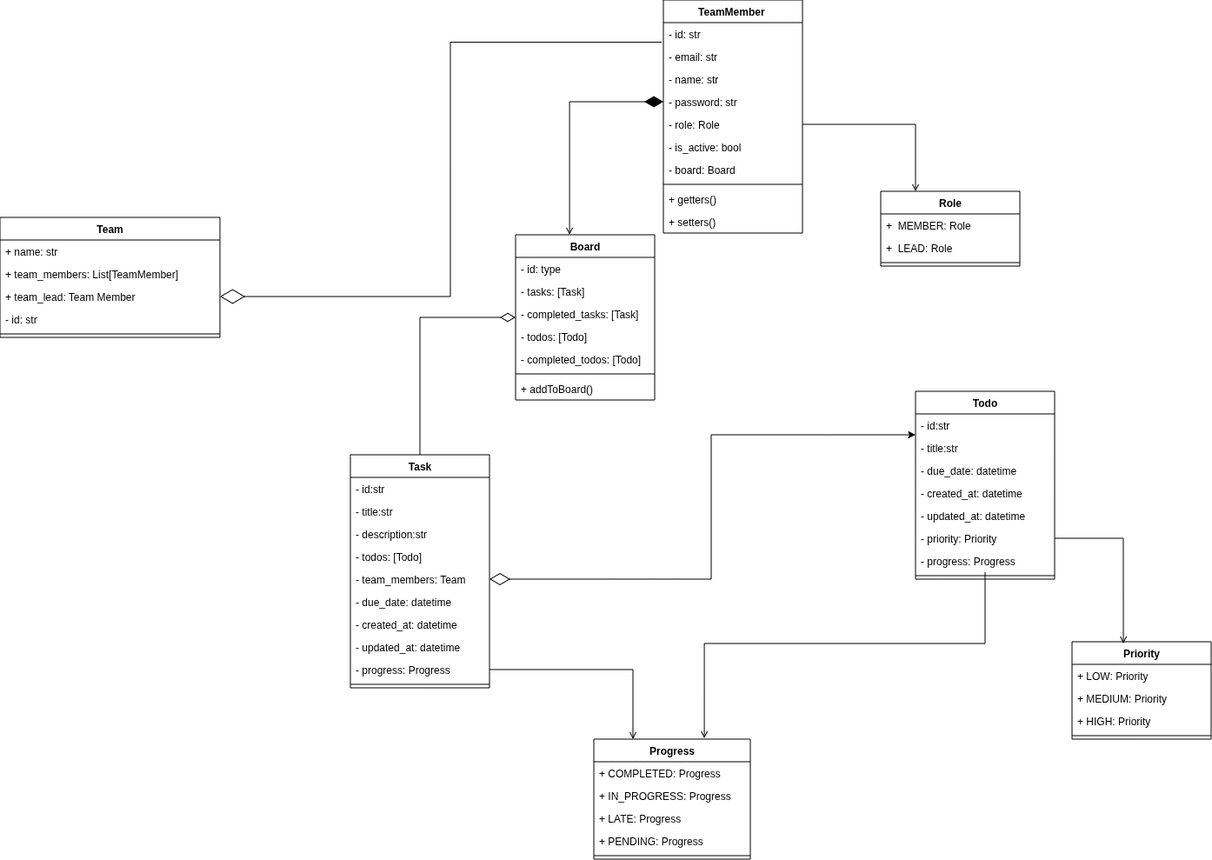
Earlier version of the draw.io export app/diagrams/Team_task_board_uml.png (BobotheFiend/Team-Task-Board---Mini-Trello). Source tidied: cells renumbered, new cells last; positions are measured from the earlier drawing's top-left corner, leaving out a move shared by most shapes.
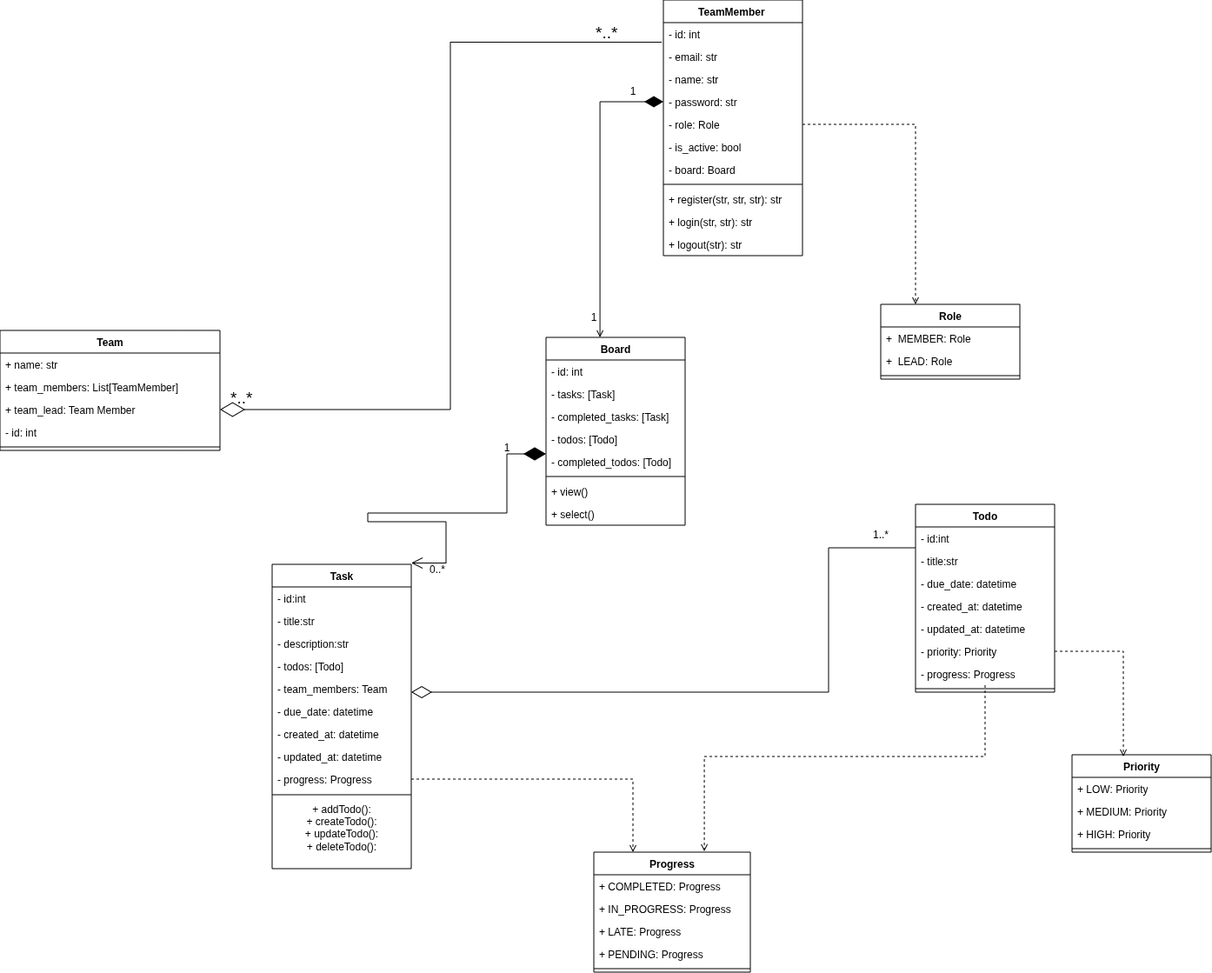
Above is the later version.

Commit message:
good morning world

Change to the diagram source:
```diff
@@ -3,9 +3,9 @@
     <mxCell id="0" />
     <mxCell id="1" parent="0" />
     <mxCell id="2" value="TeamMember&amp;nbsp;" style="swimlane;fontStyle=1;align=center;verticalAlign=top;horizontal=1;startSize=26;whiteSpace=wrap;html=1;" parent="1" vertex="1">
-      <mxGeometry x="763" width="160" height="268" as="geometry" />
+      <mxGeometry x="763" y="-130" width="160" height="294" as="geometry" />
     </mxCell>
-    <mxCell id="3" value="- id: str" style="text;strokeColor=none;fillColor=none;align=left;verticalAlign=top;spacingLeft=4;spacingRight=4;overflow=hidden;whiteSpace=wrap;html=1;" parent="2" vertex="1">
+    <mxCell id="3" value="- id: int" style="text;strokeColor=none;fillColor=none;align=left;verticalAlign=top;spacingLeft=4;spacingRight=4;overflow=hidden;whiteSpace=wrap;html=1;" parent="2" vertex="1">
       <mxGeometry y="26" width="160" height="26" as="geometry" />
     </mxCell>
     <mxCell id="4" value="- email: str" style="text;strokeColor=none;fillColor=none;align=left;verticalAlign=top;spacingLeft=4;spacingRight=4;overflow=hidden;points=[[0,0.5],[1,0.5]];portConstraint=eastwest;whiteSpace=wrap;html=1;" parent="2" vertex="1">
@@ -29,11 +29,14 @@
     <mxCell id="10" style="line;strokeWidth=1;fillColor=none;align=left;verticalAlign=middle;spacingTop=-1;spacingLeft=3;spacingRight=3;labelPosition=right;strokeColor=inherit;" parent="2" vertex="1">
       <mxGeometry y="208" width="160" height="8" as="geometry" />
     </mxCell>
-    <mxCell id="11" value="+ getters()" style="text;strokeColor=none;fillColor=none;align=left;verticalAlign=top;spacingLeft=4;spacingRight=4;overflow=hidden;whiteSpace=wrap;html=1;" parent="2" vertex="1">
+    <mxCell id="11" value="+ register(str, str, str): str" style="text;strokeColor=none;fillColor=none;align=left;verticalAlign=top;spacingLeft=4;spacingRight=4;overflow=hidden;whiteSpace=wrap;html=1;" parent="2" vertex="1">
       <mxGeometry y="216" width="160" height="26" as="geometry" />
     </mxCell>
+    <mxCell id="70" value="+ login(str, str): str" style="text;strokeColor=none;fillColor=none;align=left;verticalAlign=top;spacingLeft=4;spacingRight=4;overflow=hidden;whiteSpace=wrap;html=1;" parent="2" vertex="1">
+      <mxGeometry y="242" width="160" height="26" as="geometry" />
+    </mxCell>
-    <mxCell id="12" value="+ setters()" style="text;strokeColor=none;fillColor=none;align=left;verticalAlign=top;spacingLeft=4;spacingRight=4;overflow=hidden;whiteSpace=wrap;html=1;" parent="2" vertex="1">
-      <mxGeometry y="242" width="160" height="26" as="geometry" />
+    <mxCell id="12" value="+ logout(str): str" style="text;strokeColor=none;fillColor=none;align=left;verticalAlign=top;spacingLeft=4;spacingRight=4;overflow=hidden;whiteSpace=wrap;html=1;" parent="2" vertex="1">
+      <mxGeometry y="268" width="160" height="26" as="geometry" />
     </mxCell>
     <mxCell id="13" value="Role" style="swimlane;fontStyle=1;align=center;verticalAlign=top;horizontal=1;startSize=26;whiteSpace=wrap;html=1;" parent="1" vertex="1">
       <mxGeometry x="1013" y="220" width="160" height="86" as="geometry" />
@@ -47,16 +50,25 @@
     <mxCell id="16" style="line;strokeWidth=1;fillColor=none;align=left;verticalAlign=middle;spacingTop=-1;spacingLeft=3;spacingRight=3;labelPosition=right;strokeColor=inherit;" parent="13" vertex="1">
       <mxGeometry y="78" width="160" height="8" as="geometry" />
     </mxCell>
-    <mxCell id="17" style="edgeStyle=orthogonalEdgeStyle;rounded=0;jettySize=auto;html=1;entryX=0.25;entryY=0;entryDx=0;entryDy=0;endArrow=open;endFill=0;" parent="1" edge="1" source="7" target="13">
+    <mxCell id="17" style="edgeStyle=orthogonalEdgeStyle;rounded=0;jettySize=auto;html=1;entryX=0.25;entryY=0;entryDx=0;entryDy=0;endArrow=open;endFill=0;dashed=1;" parent="1" edge="1" source="7" target="13">
       <mxGeometry relative="1" as="geometry" />
     </mxCell>
-    <mxCell id="18" style="edgeStyle=orthogonalEdgeStyle;rounded=0;jettySize=auto;html=1;endArrow=none;endFill=0;startArrow=diamondThin;startFill=0;startSize=15;" parent="1" edge="1" source="19" target="27">
-      <mxGeometry relative="1" as="geometry" />
+    <mxCell id="18" style="edgeStyle=orthogonalEdgeStyle;rounded=0;jettySize=auto;html=1;endArrow=open;endFill=0;startArrow=diamondThin;startFill=1;startSize=23;endSize=11;entryX=0;entryY=0.25;entryDx=0;entryDy=0;" parent="1" edge="1" source="19" target="77">
+      <mxGeometry relative="1" as="geometry">
+        <Array as="points">
+          <mxPoint x="583" y="392" />
+          <mxPoint x="583" y="460" />
+          <mxPoint x="423" y="460" />
+          <mxPoint x="423" y="470" />
+          <mxPoint x="513" y="470" />
+          <mxPoint x="513" y="518" />
+        </Array>
+      </mxGeometry>
     </mxCell>
     <mxCell id="19" value="Board" style="swimlane;fontStyle=1;align=center;verticalAlign=top;horizontal=1;startSize=26;whiteSpace=wrap;html=1;" parent="1" vertex="1">
-      <mxGeometry x="593" y="270" width="160" height="190" as="geometry" />
+      <mxGeometry x="628" y="258" width="160" height="216" as="geometry" />
     </mxCell>
-    <mxCell id="20" value="- id: type" style="text;strokeColor=none;fillColor=none;align=left;verticalAlign=top;spacingLeft=4;spacingRight=4;overflow=hidden;whiteSpace=wrap;html=1;" parent="19" vertex="1">
+    <mxCell id="20" value="- id: int" style="text;strokeColor=none;fillColor=none;align=left;verticalAlign=top;spacingLeft=4;spacingRight=4;overflow=hidden;whiteSpace=wrap;html=1;" parent="19" vertex="1">
       <mxGeometry y="26" width="160" height="26" as="geometry" />
     </mxCell>
     <mxCell id="21" value="- tasks: [Task]" style="text;strokeColor=none;fillColor=none;align=left;verticalAlign=top;spacingLeft=4;spacingRight=4;overflow=hidden;whiteSpace=wrap;html=1;" parent="19" vertex="1">
@@ -74,13 +86,16 @@
     <mxCell id="25" style="line;strokeWidth=1;fillColor=none;align=left;verticalAlign=middle;spacingTop=-1;spacingLeft=3;spacingRight=3;labelPosition=right;strokeColor=inherit;" parent="19" vertex="1">
       <mxGeometry y="156" width="160" height="8" as="geometry" />
     </mxCell>
-    <mxCell id="26" value="+ addToBoard()" style="text;strokeColor=none;fillColor=none;align=left;verticalAlign=top;spacingLeft=4;spacingRight=4;overflow=hidden;whiteSpace=wrap;html=1;" parent="19" vertex="1">
+    <mxCell id="26" value="+ view()" style="text;strokeColor=none;fillColor=none;align=left;verticalAlign=top;spacingLeft=4;spacingRight=4;overflow=hidden;whiteSpace=wrap;html=1;" parent="19" vertex="1">
       <mxGeometry y="164" width="160" height="26" as="geometry" />
     </mxCell>
+    <mxCell id="71" value="+ select()" style="text;strokeColor=none;fillColor=none;align=left;verticalAlign=top;spacingLeft=4;spacingRight=4;overflow=hidden;whiteSpace=wrap;html=1;" parent="19" vertex="1">
+      <mxGeometry y="190" width="160" height="26" as="geometry" />
+    </mxCell>
     <mxCell id="27" value="Task" style="swimlane;fontStyle=1;align=center;verticalAlign=top;horizontal=1;startSize=26;whiteSpace=wrap;html=1;" parent="1" vertex="1">
-      <mxGeometry x="403" y="523" width="160" height="268" as="geometry" />
+      <mxGeometry x="313" y="519" width="160" height="350" as="geometry" />
     </mxCell>
-    <mxCell id="28" value="- id:str" style="text;strokeColor=none;fillColor=none;align=left;verticalAlign=top;spacingLeft=4;spacingRight=4;overflow=hidden;whiteSpace=wrap;html=1;" parent="27" vertex="1">
+    <mxCell id="28" value="- id:int" style="text;strokeColor=none;fillColor=none;align=left;verticalAlign=top;spacingLeft=4;spacingRight=4;overflow=hidden;whiteSpace=wrap;html=1;" parent="27" vertex="1">
       <mxGeometry y="26" width="160" height="26" as="geometry" />
     </mxCell>
     <mxCell id="29" value="- title:str" style="text;strokeColor=none;fillColor=none;align=left;verticalAlign=top;spacingLeft=4;spacingRight=4;overflow=hidden;whiteSpace=wrap;html=1;" parent="27" vertex="1">
@@ -108,12 +123,15 @@
       <mxGeometry y="234" width="160" height="26" as="geometry" />
     </mxCell>
     <mxCell id="37" style="line;strokeWidth=1;fillColor=none;align=left;verticalAlign=middle;spacingTop=-1;spacingLeft=3;spacingRight=3;labelPosition=right;strokeColor=inherit;" parent="27" vertex="1">
-      <mxGeometry y="260" width="160" height="8" as="geometry" />
+      <mxGeometry y="260" width="160" height="10" as="geometry" />
     </mxCell>
+    <mxCell id="72" value="+ addTodo():&lt;div&gt;+ createTodo():&lt;/div&gt;&lt;div&gt;+ updateTodo():&lt;/div&gt;&lt;div&gt;+ deleteTodo():&lt;/div&gt;&lt;div&gt;&lt;br&gt;&lt;/div&gt;" style="text;html=1;whiteSpace=wrap;strokeColor=none;fillColor=none;align=center;verticalAlign=middle;rounded=0;" parent="27" vertex="1">
+      <mxGeometry y="270" width="160" height="80" as="geometry" />
+    </mxCell>
     <mxCell id="38" value="Todo" style="swimlane;fontStyle=1;align=center;verticalAlign=top;horizontal=1;startSize=26;whiteSpace=wrap;html=1;" parent="1" vertex="1">
       <mxGeometry x="1053" y="450" width="160" height="216" as="geometry" />
     </mxCell>
-    <mxCell id="39" value="- id:str" style="text;strokeColor=none;fillColor=none;align=left;verticalAlign=top;spacingLeft=4;spacingRight=4;overflow=hidden;points=[[0,0.5],[1,0.5]];portConstraint=eastwest;whiteSpace=wrap;html=1;" parent="38" vertex="1">
+    <mxCell id="39" value="- id:int" style="text;strokeColor=none;fillColor=none;align=left;verticalAlign=top;spacingLeft=4;spacingRight=4;overflow=hidden;points=[[0,0.5],[1,0.5]];portConstraint=eastwest;whiteSpace=wrap;html=1;" parent="38" vertex="1">
       <mxGeometry y="26" width="160" height="26" as="geometry" />
     </mxCell>
     <mxCell id="40" value="- title:str" style="text;strokeColor=none;fillColor=none;align=left;verticalAlign=top;spacingLeft=4;spacingRight=4;overflow=hidden;whiteSpace=wrap;html=1;" parent="38" vertex="1">
@@ -170,10 +188,10 @@
     <mxCell id="57" style="line;strokeWidth=1;fillColor=none;align=left;verticalAlign=middle;spacingTop=-1;spacingLeft=3;spacingRight=3;labelPosition=right;strokeColor=inherit;" parent="52" vertex="1">
       <mxGeometry y="130" width="180" height="8" as="geometry" />
     </mxCell>
-    <mxCell id="58" style="edgeStyle=orthogonalEdgeStyle;rounded=0;jettySize=auto;html=1;entryX=0.369;entryY=0.018;entryDx=0;entryDy=0;entryPerimeter=0;endArrow=open;endFill=0;" parent="1" edge="1" source="44" target="47">
+    <mxCell id="58" style="edgeStyle=orthogonalEdgeStyle;rounded=0;jettySize=auto;html=1;entryX=0.369;entryY=0.018;entryDx=0;entryDy=0;entryPerimeter=0;endArrow=open;endFill=0;dashed=1;" parent="1" edge="1" source="44" target="47">
       <mxGeometry relative="1" as="geometry" />
     </mxCell>
-    <mxCell id="59" style="edgeStyle=orthogonalEdgeStyle;rounded=0;jettySize=auto;html=1;entryX=0.706;entryY=-0.007;entryDx=0;entryDy=0;entryPerimeter=0;endArrow=open;endFill=0;" parent="1" edge="1" source="45" target="52">
+    <mxCell id="59" style="edgeStyle=orthogonalEdgeStyle;rounded=0;jettySize=auto;html=1;entryX=0.706;entryY=-0.007;entryDx=0;entryDy=0;entryPerimeter=0;endArrow=open;endFill=0;dashed=1;" parent="1" edge="1" source="45" target="52">
       <mxGeometry relative="1" as="geometry">
         <Array as="points">
           <mxPoint x="1133" y="740" />
@@ -181,11 +199,16 @@
         </Array>
       </mxGeometry>
     </mxCell>
-    <mxCell id="60" style="edgeStyle=orthogonalEdgeStyle;rounded=0;jettySize=auto;html=1;entryX=0.25;entryY=0;entryDx=0;entryDy=0;endArrow=open;endFill=0;" parent="1" edge="1" source="36" target="52">
+    <mxCell id="60" style="edgeStyle=orthogonalEdgeStyle;rounded=0;jettySize=auto;html=1;entryX=0.25;entryY=0;entryDx=0;entryDy=0;endArrow=open;endFill=0;dashed=1;" parent="1" edge="1" source="36" target="52">
       <mxGeometry relative="1" as="geometry" />
     </mxCell>
-    <mxCell id="61" style="edgeStyle=orthogonalEdgeStyle;rounded=0;jettySize=auto;html=1;entryX=0;entryY=0.923;entryDx=0;entryDy=0;entryPerimeter=0;startArrow=diamondThin;startFill=0;startSize=21;" parent="1" edge="1" source="32" target="39">
-      <mxGeometry relative="1" as="geometry" />
+    <mxCell id="61" style="edgeStyle=orthogonalEdgeStyle;rounded=0;jettySize=auto;html=1;entryX=0;entryY=0.923;entryDx=0;entryDy=0;entryPerimeter=0;startArrow=diamondThin;startFill=0;startSize=21;endArrow=none;endFill=0;" parent="1" edge="1" source="32" target="39">
+      <mxGeometry relative="1" as="geometry">
+        <Array as="points">
+          <mxPoint x="953" y="666" />
+          <mxPoint x="953" y="500" />
+        </Array>
+      </mxGeometry>
     </mxCell>
     <mxCell id="62" style="edgeStyle=orthogonalEdgeStyle;rounded=0;jettySize=auto;html=1;entryX=0.388;entryY=0;entryDx=0;entryDy=0;entryPerimeter=0;endArrow=open;endFill=0;startArrow=diamondThin;startFill=1;startSize=19;" parent="1" edge="1" source="6" target="19">
       <mxGeometry relative="1" as="geometry" />
@@ -202,14 +225,35 @@
     <mxCell id="66" value="+ team_lead: Team Member" style="text;strokeColor=none;fillColor=none;align=left;verticalAlign=top;spacingLeft=4;spacingRight=4;overflow=hidden;points=[[0,0.5],[1,0.5]];portConstraint=eastwest;whiteSpace=wrap;html=1;" parent="63" vertex="1">
       <mxGeometry y="78" width="253" height="26" as="geometry" />
     </mxCell>
-    <mxCell id="67" value="- id: str" style="text;strokeColor=none;fillColor=none;align=left;verticalAlign=top;spacingLeft=4;spacingRight=4;overflow=hidden;whiteSpace=wrap;html=1;" parent="63" vertex="1">
+    <mxCell id="67" value="- id: int" style="text;strokeColor=none;fillColor=none;align=left;verticalAlign=top;spacingLeft=4;spacingRight=4;overflow=hidden;whiteSpace=wrap;html=1;" parent="63" vertex="1">
       <mxGeometry y="104" width="253" height="26" as="geometry" />
     </mxCell>
     <mxCell id="68" style="line;strokeWidth=1;fillColor=none;align=left;verticalAlign=middle;spacingTop=-1;spacingLeft=3;spacingRight=3;labelPosition=right;strokeColor=inherit;" parent="63" vertex="1">
       <mxGeometry y="130" width="253" height="8" as="geometry" />
     </mxCell>
-    <mxCell id="69" style="edgeStyle=orthogonalEdgeStyle;rounded=0;jettySize=auto;html=1;entryX=-0.012;entryY=-0.133;entryDx=0;entryDy=0;entryPerimeter=0;startArrow=diamondThin;startFill=0;endSize=13;startSize=26;endArrow=none;endFill=0;" parent="1" edge="1" source="66" target="4">
+    <mxCell id="69" style="edgeStyle=orthogonalEdgeStyle;rounded=0;jettySize=auto;html=1;entryX=-0.012;entryY=-0.133;entryDx=0;entryDy=0;entryPerimeter=0;startArrow=diamondThin;startFill=0;endSize=26;startSize=26;endArrow=none;endFill=0;" parent="1" edge="1" source="66" target="4">
       <mxGeometry relative="1" as="geometry" />
     </mxCell>
+    <mxCell id="73" value="1..*" style="text;html=1;whiteSpace=wrap;strokeColor=none;fillColor=none;align=center;verticalAlign=middle;rounded=0;" parent="1" vertex="1">
+      <mxGeometry x="983" y="470" width="60" height="30" as="geometry" />
+    </mxCell>
+    <mxCell id="74" value="&lt;font style=&quot;font-size: 19px;&quot;&gt;*..*&lt;/font&gt;" style="text;whiteSpace=wrap;html=1;strokeWidth=7;perimeterSpacing=9;" parent="1" vertex="1">
+      <mxGeometry x="263" y="310" width="50" height="40" as="geometry" />
+    </mxCell>
+    <mxCell id="75" value="&lt;font style=&quot;font-size: 19px;&quot;&gt;*..*&lt;/font&gt;" style="text;whiteSpace=wrap;html=1;strokeWidth=7;perimeterSpacing=9;" parent="1" vertex="1">
+      <mxGeometry x="683" y="-110" width="50" height="40" as="geometry" />
+    </mxCell>
+    <mxCell id="76" value="1" style="text;html=1;whiteSpace=wrap;strokeColor=none;fillColor=none;align=center;verticalAlign=middle;rounded=0;" parent="1" vertex="1">
+      <mxGeometry x="553" y="370" width="60" height="30" as="geometry" />
+    </mxCell>
+    <mxCell id="77" value="0..*" style="text;html=1;whiteSpace=wrap;strokeColor=none;fillColor=none;align=center;verticalAlign=middle;rounded=0;" parent="1" vertex="1">
+      <mxGeometry x="473" y="510" width="60" height="30" as="geometry" />
+    </mxCell>
+    <mxCell id="78" value="1" style="text;html=1;whiteSpace=wrap;strokeColor=none;fillColor=none;align=center;verticalAlign=middle;rounded=0;" parent="1" vertex="1">
+      <mxGeometry x="693" y="-40" width="70" height="30" as="geometry" />
+    </mxCell>
+    <mxCell id="79" value="1" style="text;html=1;whiteSpace=wrap;strokeColor=none;fillColor=none;align=center;verticalAlign=middle;rounded=0;" parent="1" vertex="1">
+      <mxGeometry x="653" y="220" width="60" height="30" as="geometry" />
+    </mxCell>
   </root>
 </mxGraphModel>
```
